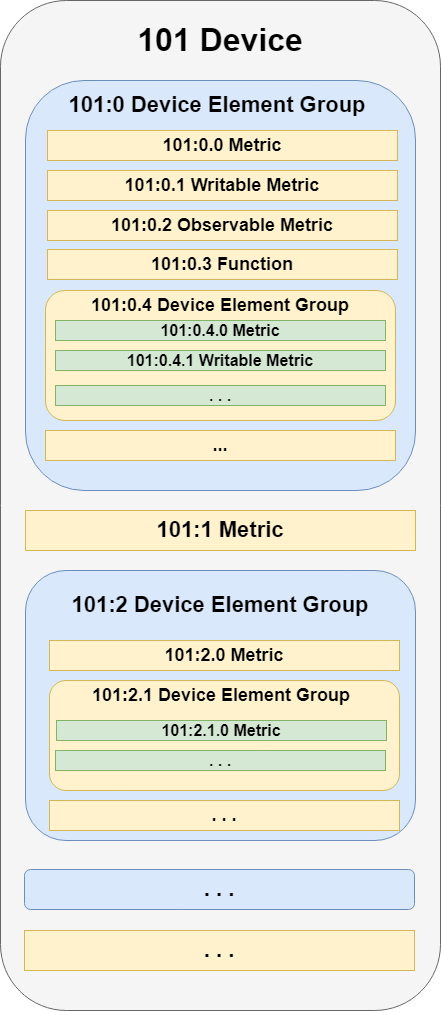
Above: docs/images/Device_Element_Composition.png in Hahn-Schickard/STAG-Information-Model (draw.io), before the change. Source tidied: cells renumbered, new cells last; positions are measured from the earlier drawing's top-left corner, leaving out a move shared by most shapes.
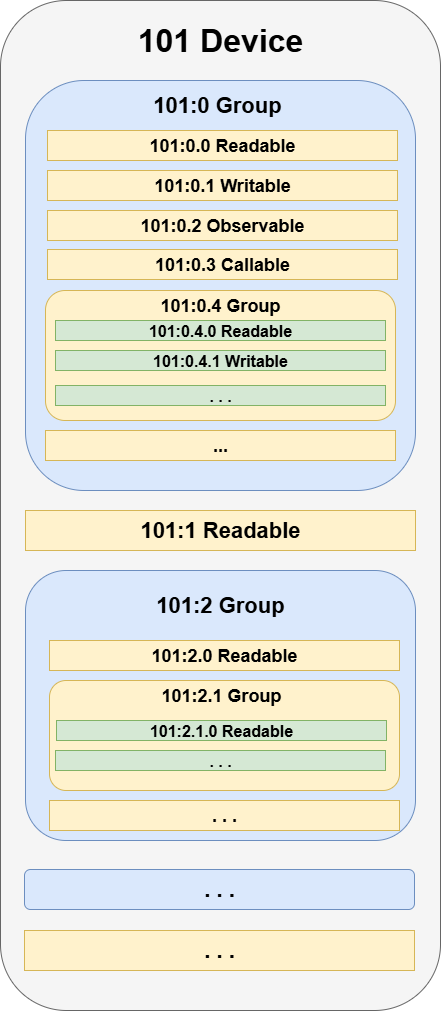
Later version of the same file.

Diff of the diagram source:
```diff
@@ -11,31 +11,31 @@
     <mxCell id="4" style="rounded=1;whiteSpace=wrap;html=1;fillColor=#dae8fc;strokeColor=#6c8ebf;" parent="1" vertex="1">
       <mxGeometry x="25" y="80" width="390" height="410" as="geometry" />
     </mxCell>
-    <mxCell id="5" value="&lt;font style=&quot;font-size: 22px&quot;&gt;&lt;b&gt;101:0 Device Element Group&lt;/b&gt;&lt;/font&gt;" style="text;html=1;strokeColor=none;fillColor=none;align=center;verticalAlign=middle;whiteSpace=wrap;rounded=0;" parent="1" vertex="1">
+    <mxCell id="5" value="&lt;font style=&quot;font-size: 22px&quot;&gt;&lt;b&gt;101:0 Group&lt;/b&gt;&lt;/font&gt;" style="text;html=1;strokeColor=none;fillColor=none;align=center;verticalAlign=middle;whiteSpace=wrap;rounded=0;" parent="1" vertex="1">
       <mxGeometry x="57" y="80" width="320" height="50" as="geometry" />
     </mxCell>
-    <mxCell id="6" value="&lt;font style=&quot;font-size: 18px&quot;&gt;&lt;b&gt;101:0.0 Metric&lt;/b&gt;&lt;/font&gt;" style="rounded=0;whiteSpace=wrap;html=1;fillColor=#fff2cc;strokeColor=#d6b656;" parent="1" vertex="1">
+    <mxCell id="6" value="&lt;font style=&quot;font-size: 18px&quot;&gt;&lt;b&gt;101:0.0 Readable&lt;/b&gt;&lt;/font&gt;" style="rounded=0;whiteSpace=wrap;html=1;fillColor=#fff2cc;strokeColor=#d6b656;" parent="1" vertex="1">
       <mxGeometry x="47" y="130" width="350" height="30" as="geometry" />
     </mxCell>
-    <mxCell id="7" value="&lt;font style=&quot;font-size: 18px&quot;&gt;&lt;b style=&quot;border-color: var(--border-color);&quot;&gt;101:0.1&lt;/b&gt;&lt;b&gt;&amp;nbsp;Writable Metric&lt;/b&gt;&lt;/font&gt;" style="rounded=0;whiteSpace=wrap;html=1;fillColor=#fff2cc;strokeColor=#d6b656;" parent="1" vertex="1">
+    <mxCell id="7" value="&lt;font style=&quot;font-size: 18px&quot;&gt;&lt;b style=&quot;border-color: var(--border-color);&quot;&gt;101:0.1&lt;/b&gt;&lt;b&gt;&amp;nbsp;Writable&lt;/b&gt;&lt;/font&gt;" style="rounded=0;whiteSpace=wrap;html=1;fillColor=#fff2cc;strokeColor=#d6b656;" parent="1" vertex="1">
       <mxGeometry x="47" y="170" width="350" height="30" as="geometry" />
     </mxCell>
-    <mxCell id="8" value="&lt;font style=&quot;font-size: 18px&quot;&gt;&lt;b style=&quot;border-color: var(--border-color);&quot;&gt;101:0.2&lt;/b&gt;&lt;b&gt;&amp;nbsp;Observable Metric&lt;/b&gt;&lt;/font&gt;" style="rounded=0;whiteSpace=wrap;html=1;fillColor=#fff2cc;strokeColor=#d6b656;" parent="1" vertex="1">
+    <mxCell id="8" value="&lt;font style=&quot;font-size: 18px&quot;&gt;&lt;b style=&quot;border-color: var(--border-color);&quot;&gt;101:0.2&lt;/b&gt;&lt;b&gt;&amp;nbsp;Observable&lt;/b&gt;&lt;/font&gt;" style="rounded=0;whiteSpace=wrap;html=1;fillColor=#fff2cc;strokeColor=#d6b656;" parent="1" vertex="1">
       <mxGeometry x="47" y="210" width="350" height="30" as="geometry" />
     </mxCell>
-    <mxCell id="9" value="&lt;font style=&quot;font-size: 18px&quot;&gt;&lt;b style=&quot;border-color: var(--border-color);&quot;&gt;101:0.3&lt;/b&gt;&lt;b&gt;&amp;nbsp;Function&lt;/b&gt;&lt;/font&gt;" style="rounded=0;whiteSpace=wrap;html=1;fillColor=#fff2cc;strokeColor=#d6b656;" parent="1" vertex="1">
+    <mxCell id="9" value="&lt;font style=&quot;font-size: 18px&quot;&gt;&lt;b style=&quot;border-color: var(--border-color);&quot;&gt;101:0.3&lt;/b&gt;&lt;b&gt;&amp;nbsp;Callable&lt;/b&gt;&lt;/font&gt;" style="rounded=0;whiteSpace=wrap;html=1;fillColor=#fff2cc;strokeColor=#d6b656;" parent="1" vertex="1">
       <mxGeometry x="47" y="249" width="350" height="30" as="geometry" />
     </mxCell>
     <mxCell id="10" style="rounded=1;whiteSpace=wrap;html=1;fillColor=#fff2cc;strokeColor=#d6b656;" parent="1" vertex="1">
       <mxGeometry x="45" y="290" width="350" height="130" as="geometry" />
     </mxCell>
-    <mxCell id="11" value="&lt;font style=&quot;font-size: 18px&quot;&gt;&lt;b style=&quot;border-color: var(--border-color);&quot;&gt;101:0.4&lt;/b&gt;&lt;b&gt;&amp;nbsp;Device Element Group&lt;/b&gt;&lt;/font&gt;" style="text;html=1;strokeColor=none;fillColor=none;align=center;verticalAlign=middle;whiteSpace=wrap;rounded=0;" parent="1" vertex="1">
+    <mxCell id="11" value="&lt;font style=&quot;font-size: 18px&quot;&gt;&lt;b style=&quot;border-color: var(--border-color);&quot;&gt;101:0.4&lt;/b&gt;&lt;b&gt;&amp;nbsp;Group&lt;/b&gt;&lt;/font&gt;" style="text;html=1;strokeColor=none;fillColor=none;align=center;verticalAlign=middle;whiteSpace=wrap;rounded=0;" parent="1" vertex="1">
       <mxGeometry x="65" y="290" width="310" height="30" as="geometry" />
     </mxCell>
-    <mxCell id="12" value="&lt;b&gt;&lt;font style=&quot;font-size: 16px&quot;&gt;101:0.4.0 Metric&lt;/font&gt;&lt;/b&gt;" style="rounded=0;whiteSpace=wrap;html=1;fillColor=#d5e8d4;strokeColor=#82b366;" parent="1" vertex="1">
+    <mxCell id="12" value="&lt;b&gt;&lt;font style=&quot;font-size: 16px&quot;&gt;101:0.4.0 Readable&lt;/font&gt;&lt;/b&gt;" style="rounded=0;whiteSpace=wrap;html=1;fillColor=#d5e8d4;strokeColor=#82b366;" parent="1" vertex="1">
       <mxGeometry x="55" y="320" width="330" height="20" as="geometry" />
     </mxCell>
-    <mxCell id="13" value="&lt;font style=&quot;font-size: 16px&quot;&gt;&lt;b style=&quot;border-color: var(--border-color); font-size: 12px;&quot;&gt;&lt;font style=&quot;border-color: var(--border-color); font-size: 16px;&quot;&gt;101:0.4.1&lt;/font&gt;&lt;/b&gt;&lt;b&gt;&amp;nbsp;Writable Metric&lt;/b&gt;&lt;/font&gt;" style="rounded=0;whiteSpace=wrap;html=1;fillColor=#d5e8d4;strokeColor=#82b366;" parent="1" vertex="1">
+    <mxCell id="13" value="&lt;font style=&quot;font-size: 16px&quot;&gt;&lt;b style=&quot;border-color: var(--border-color); font-size: 12px;&quot;&gt;&lt;font style=&quot;border-color: var(--border-color); font-size: 16px;&quot;&gt;101:0.4.1&lt;/font&gt;&lt;/b&gt;&lt;b&gt;&amp;nbsp;Writable&lt;/b&gt;&lt;/font&gt;" style="rounded=0;whiteSpace=wrap;html=1;fillColor=#d5e8d4;strokeColor=#82b366;" parent="1" vertex="1">
       <mxGeometry x="55" y="350" width="330" height="20" as="geometry" />
     </mxCell>
     <mxCell id="14" value="&lt;font style=&quot;font-size: 16px&quot;&gt;&lt;b&gt;. . .&lt;br&gt;&lt;/b&gt;&lt;/font&gt;" style="rounded=0;whiteSpace=wrap;html=1;fillColor=#d5e8d4;strokeColor=#82b366;" parent="1" vertex="1">
@@ -47,22 +47,22 @@
     <mxCell id="16" style="rounded=1;whiteSpace=wrap;html=1;fillColor=#dae8fc;strokeColor=#6c8ebf;" parent="1" vertex="1">
       <mxGeometry x="25" y="570" width="390" height="270" as="geometry" />
     </mxCell>
-    <mxCell id="17" value="&lt;font style=&quot;font-size: 22px&quot;&gt;&lt;b&gt;101:2 Device Element Group&lt;/b&gt;&lt;/font&gt;" style="text;html=1;strokeColor=none;fillColor=none;align=center;verticalAlign=middle;whiteSpace=wrap;rounded=0;" parent="1" vertex="1">
+    <mxCell id="17" value="&lt;font style=&quot;font-size: 22px&quot;&gt;&lt;b&gt;101:2 Group&lt;/b&gt;&lt;/font&gt;" style="text;html=1;strokeColor=none;fillColor=none;align=center;verticalAlign=middle;whiteSpace=wrap;rounded=0;" parent="1" vertex="1">
       <mxGeometry x="44" y="580" width="352" height="50" as="geometry" />
     </mxCell>
     <mxCell id="18" value="&lt;font style=&quot;font-size: 18px&quot;&gt;&lt;b&gt;. . .&lt;/b&gt;&lt;/font&gt;" style="rounded=0;whiteSpace=wrap;html=1;fillColor=#fff2cc;strokeColor=#d6b656;" parent="1" vertex="1">
       <mxGeometry x="49" y="800" width="350" height="30" as="geometry" />
     </mxCell>
-    <mxCell id="19" value="&lt;font style=&quot;font-size: 18px&quot;&gt;&lt;b&gt;101:2.0 Metric&lt;/b&gt;&lt;/font&gt;" style="rounded=0;whiteSpace=wrap;html=1;fillColor=#fff2cc;strokeColor=#d6b656;" parent="1" vertex="1">
+    <mxCell id="19" value="&lt;font style=&quot;font-size: 18px&quot;&gt;&lt;b&gt;101:2.0 Readable&lt;/b&gt;&lt;/font&gt;" style="rounded=0;whiteSpace=wrap;html=1;fillColor=#fff2cc;strokeColor=#d6b656;" parent="1" vertex="1">
       <mxGeometry x="49" y="640" width="350" height="30" as="geometry" />
     </mxCell>
     <mxCell id="20" style="rounded=1;whiteSpace=wrap;html=1;fillColor=#fff2cc;strokeColor=#d6b656;" parent="1" vertex="1">
       <mxGeometry x="49" y="680" width="350" height="110" as="geometry" />
     </mxCell>
-    <mxCell id="21" value="&lt;font style=&quot;font-size: 18px&quot;&gt;&lt;b style=&quot;border-color: var(--border-color);&quot;&gt;101:2.1&lt;/b&gt;&lt;b&gt;&amp;nbsp;Device Element Group&lt;/b&gt;&lt;/font&gt;" style="text;html=1;strokeColor=none;fillColor=none;align=center;verticalAlign=middle;whiteSpace=wrap;rounded=0;" parent="1" vertex="1">
+    <mxCell id="21" value="&lt;font style=&quot;font-size: 18px&quot;&gt;&lt;b style=&quot;border-color: var(--border-color);&quot;&gt;101:2.1&lt;/b&gt;&lt;b&gt;&amp;nbsp;Group&lt;/b&gt;&lt;/font&gt;" style="text;html=1;strokeColor=none;fillColor=none;align=center;verticalAlign=middle;whiteSpace=wrap;rounded=0;" parent="1" vertex="1">
       <mxGeometry x="66" y="680" width="310" height="30" as="geometry" />
     </mxCell>
-    <mxCell id="22" value="&lt;b&gt;&lt;font style=&quot;font-size: 16px&quot;&gt;101:2.1.0 Metric&lt;/font&gt;&lt;/b&gt;" style="rounded=0;whiteSpace=wrap;html=1;fillColor=#d5e8d4;strokeColor=#82b366;" parent="1" vertex="1">
+    <mxCell id="22" value="&lt;b&gt;&lt;font style=&quot;font-size: 16px&quot;&gt;101:2.1.0 Readable&lt;/font&gt;&lt;/b&gt;" style="rounded=0;whiteSpace=wrap;html=1;fillColor=#d5e8d4;strokeColor=#82b366;" parent="1" vertex="1">
       <mxGeometry x="56" y="720" width="330" height="20" as="geometry" />
     </mxCell>
     <mxCell id="23" value="&lt;font style=&quot;font-size: 16px&quot;&gt;&lt;b&gt;. . .&lt;br&gt;&lt;/b&gt;&lt;/font&gt;" style="rounded=0;whiteSpace=wrap;html=1;fillColor=#d5e8d4;strokeColor=#82b366;" parent="1" vertex="1">
@@ -71,7 +71,7 @@
     <mxCell id="24" value="&lt;font style=&quot;font-size: 22px;&quot;&gt;&lt;b&gt;. . .&lt;/b&gt;&lt;/font&gt;" style="rounded=1;whiteSpace=wrap;html=1;fillColor=#dae8fc;strokeColor=#6c8ebf;" parent="1" vertex="1">
       <mxGeometry x="24" y="869" width="390" height="40" as="geometry" />
     </mxCell>
-    <mxCell id="25" value="&lt;b&gt;&lt;font style=&quot;font-size: 22px;&quot;&gt;101:1 Metric&lt;/font&gt;&lt;/b&gt;" style="rounded=0;whiteSpace=wrap;html=1;fillColor=#fff2cc;strokeColor=#d6b656;" parent="1" vertex="1">
+    <mxCell id="25" value="&lt;b&gt;&lt;font style=&quot;font-size: 22px;&quot;&gt;101:1 Readable&lt;/font&gt;&lt;/b&gt;" style="rounded=0;whiteSpace=wrap;html=1;fillColor=#fff2cc;strokeColor=#d6b656;" parent="1" vertex="1">
       <mxGeometry x="25" y="510" width="390" height="40" as="geometry" />
     </mxCell>
     <mxCell id="26" value="&lt;b&gt;&lt;font style=&quot;font-size: 22px;&quot;&gt;. . .&lt;/font&gt;&lt;/b&gt;" style="rounded=0;whiteSpace=wrap;html=1;fillColor=#fff2cc;strokeColor=#d6b656;" parent="1" vertex="1">
```
